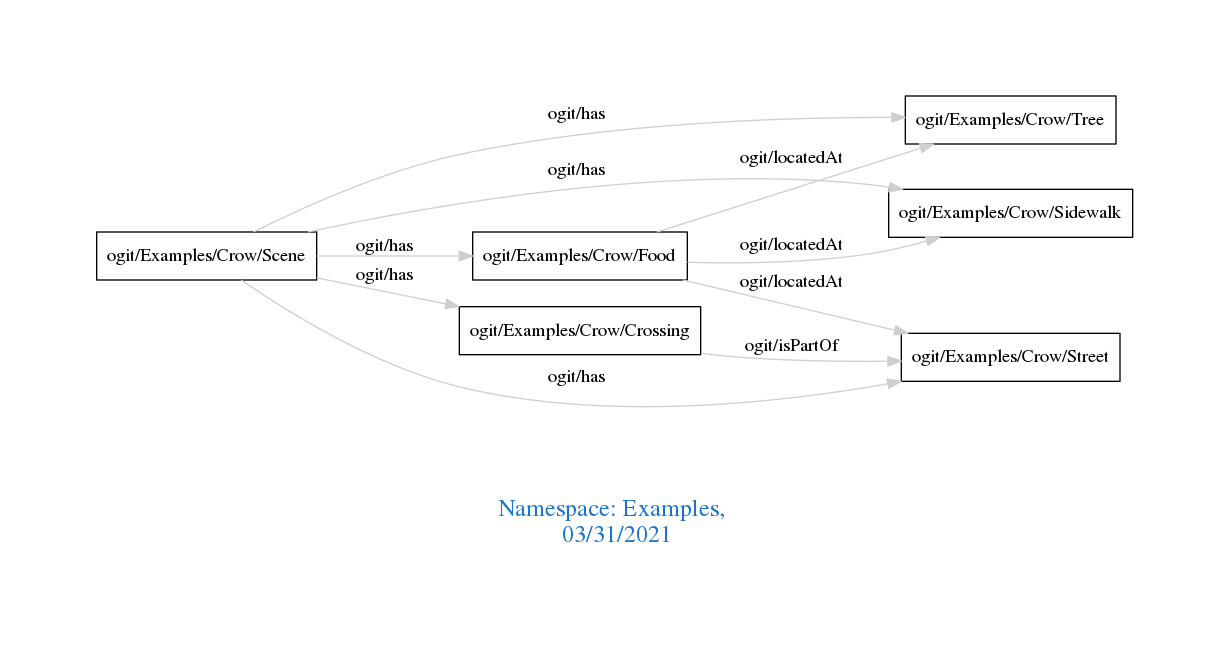
Before: downloads/Examples.png, a diagram exported from Graphviz (arago/OGIT). Its source is kept beside it as downloads/Examples.dot.
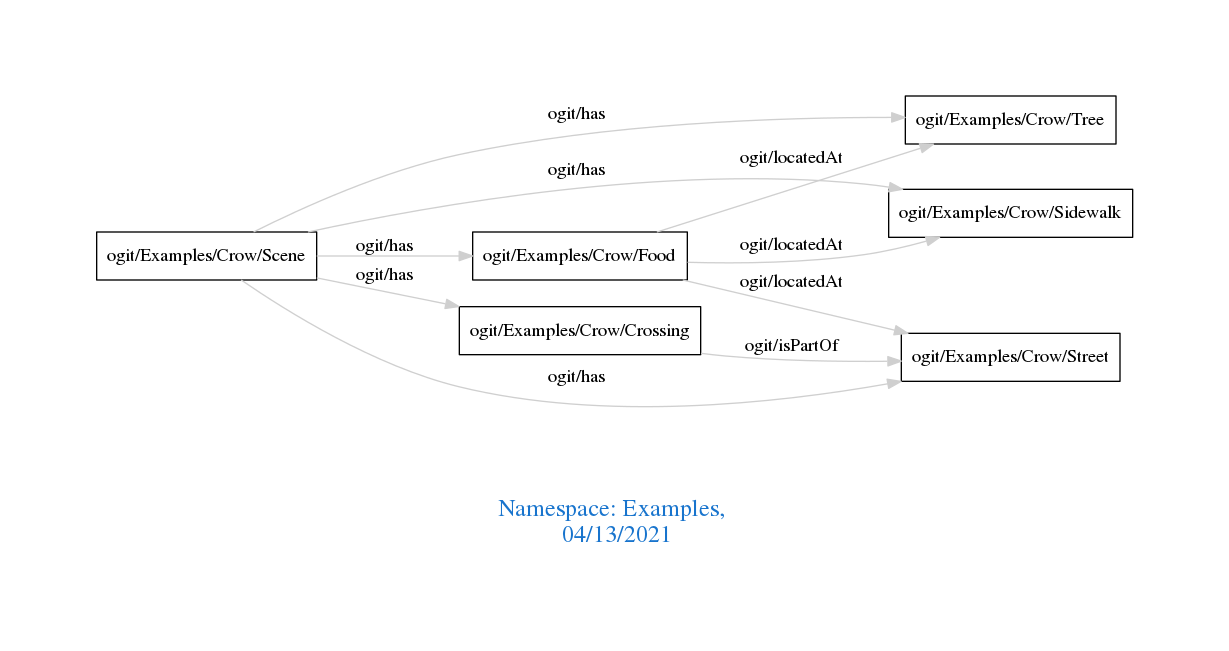
The same file after the commit.

Change to the diagram source:
```diff
@@ -1,7 +1,7 @@
 digraph OGIT_ontology {
  graph [ rankdir= LR,pad=1
 fontsize = 18,
-fontcolor= dodgerblue3,label = "\n\n\nNamespace: Examples, \n 03/31/2021"];
+fontcolor= dodgerblue3,label = "\n\n\nNamespace: Examples, \n 04/13/2021"];
 node[shape=polygon];
 edge [  color="gray81"];
 
```
